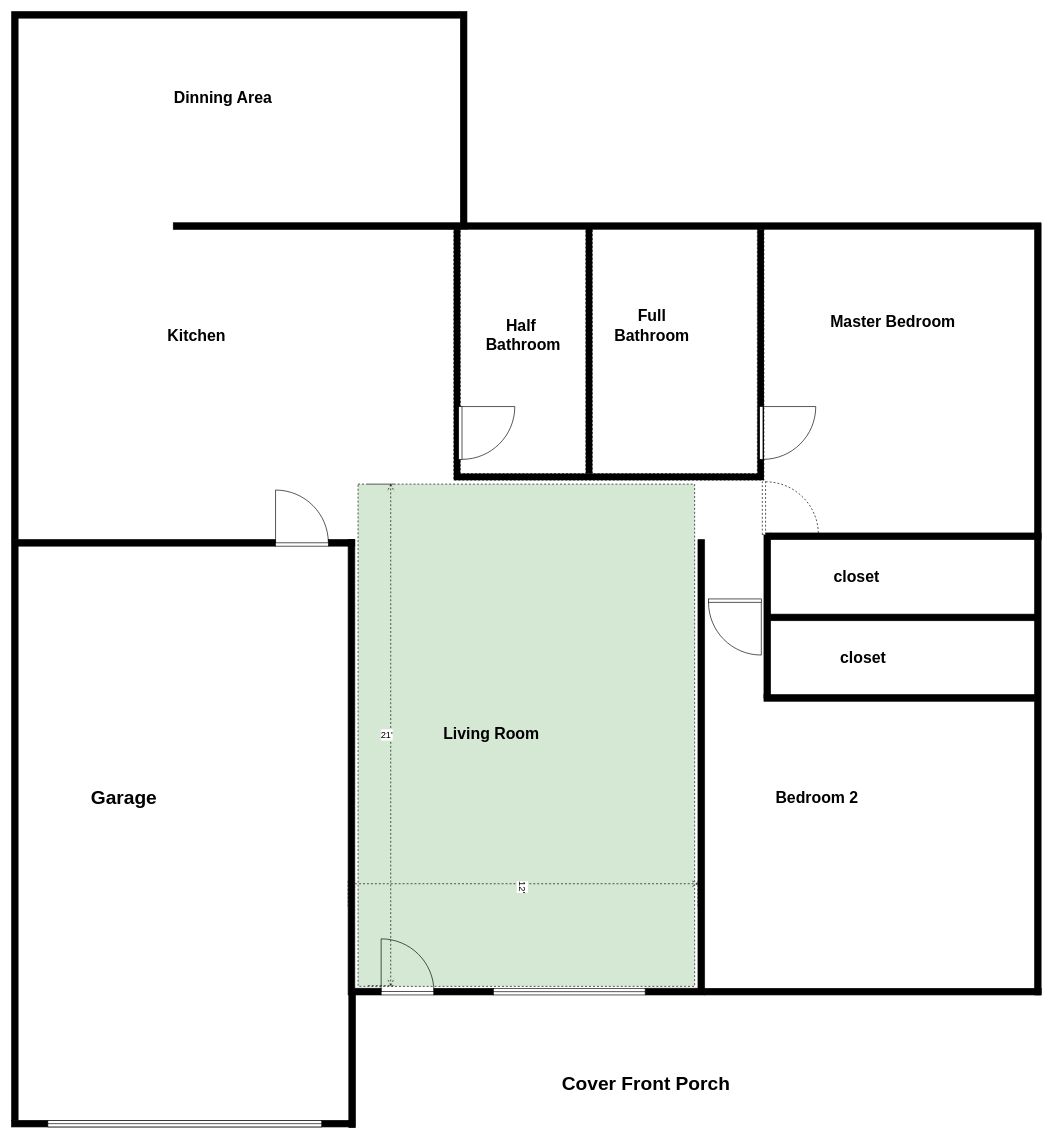
This is FL_FLOORPLAN.drawio from thyngontran/test, a draw.io file, before an edit. Source tidied: cells renumbered, new cells numbered last; positions are measured from the earlier drawing's top-left corner, leaving out a move shared by most shapes. Both pictures are drawn from the tidied source at 66%, with x=0, y=0 at pixel (11, 11).
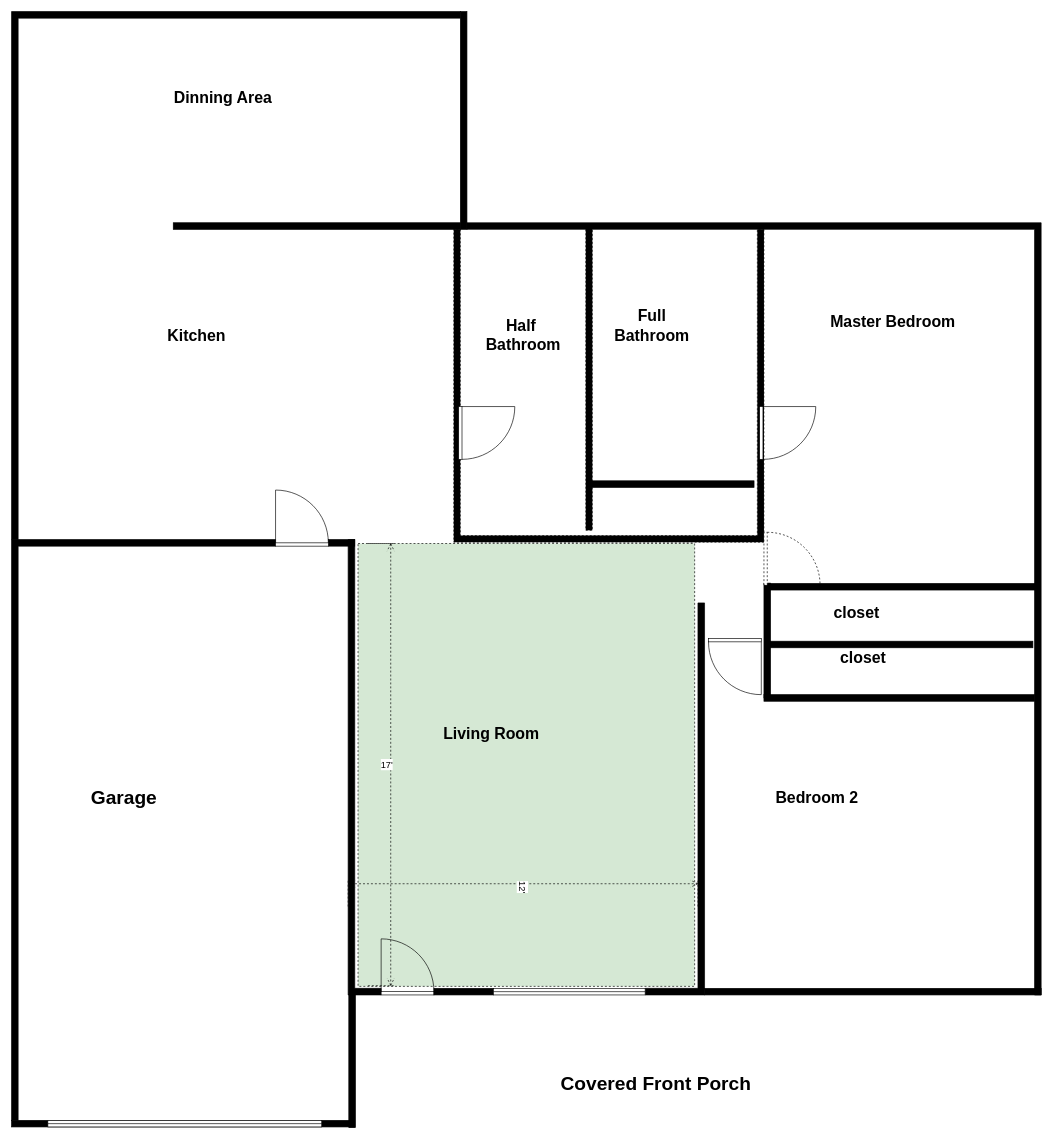
The same page after the edit.

The edit, as a diff of the source:
```diff
@@
     <mxCell id="2" style="rounded=0;whiteSpace=wrap;html=1;dashed=1;fillColor=#D5E8D4;" parent="1" vertex="1">
-      <mxGeometry x="525" y="716" width="510" height="761" as="geometry" />
+      <mxGeometry x="525" y="806" width="510" height="671" as="geometry" />
     </mxCell>
@@
     <mxCell id="5" style="verticalLabelPosition=bottom;html=1;verticalAlign=top;align=center;shape=mxgraph.floorplan.wallCorner;fillColor=#000000;direction=west;" parent="1" vertex="1">
-      <mxGeometry x="960" y="800" width="90" height="690" as="geometry" />
+      <mxGeometry x="960" y="896" width="90" height="594" as="geometry" />
     </mxCell>
@@
     <mxCell id="9" style="verticalLabelPosition=bottom;html=1;verticalAlign=top;align=center;shape=mxgraph.floorplan.wall;fillColor=#000000;" parent="1" vertex="1">
-      <mxGeometry x="1150" y="913" width="405" height="10" as="geometry" />
+      <mxGeometry x="1142.5" y="954" width="405" height="10" as="geometry" />
     </mxCell>
@@
     <mxCell id="22" style="verticalLabelPosition=bottom;html=1;verticalAlign=top;align=center;shape=mxgraph.floorplan.wall;fillColor=#000000;" parent="1" vertex="1">
-      <mxGeometry x="1150" y="790" width="410" height="10" as="geometry" />
+      <mxGeometry x="1147.5" y="866.5" width="410" height="10" as="geometry" />
     </mxCell>
     <mxCell id="23" style="verticalLabelPosition=bottom;html=1;verticalAlign=top;align=center;shape=mxgraph.floorplan.doorRight;rotation=0;" parent="1" vertex="1">
-      <mxGeometry x="1056" y="890" width="80" height="85" as="geometry" />
+      <mxGeometry x="1056" y="950" width="80" height="85" as="geometry" />
     </mxCell>
     <mxCell id="24" style="verticalLabelPosition=bottom;html=1;verticalAlign=top;align=center;shape=mxgraph.floorplan.wall;fillColor=#000000;direction=south;" parent="1" vertex="1">
-      <mxGeometry x="1140" y="790" width="10" height="250" as="geometry" />
+      <mxGeometry x="1140" y="866" width="10" height="174" as="geometry" />
     </mxCell>
     <mxCell id="25" style="verticalLabelPosition=bottom;html=1;verticalAlign=top;align=center;shape=mxgraph.floorplan.wallU;fillColor=#000000;dashed=1;rotation=-180;" parent="1" vertex="1">
-      <mxGeometry x="670" y="330" width="470" height="380" as="geometry" />
+      <mxGeometry x="670" y="330" width="470" height="474" as="geometry" />
     </mxCell>
     <mxCell id="26" style="verticalLabelPosition=bottom;html=1;verticalAlign=top;align=center;shape=mxgraph.floorplan.wall;fillColor=#000000;direction=south;dashed=1;" parent="1" vertex="1">
-      <mxGeometry x="870" y="325" width="10" height="375" as="geometry" />
+      <mxGeometry x="870" y="325" width="10" height="461" as="geometry" />
     </mxCell>
-    <mxCell id="27" value="&lt;span style=&quot;font-size: 24px&quot;&gt;&lt;b style=&quot;font-size: 29px&quot;&gt;Cover Front Porch&lt;/b&gt;&lt;/span&gt;" style="text;html=1;align=center;verticalAlign=middle;fillColor=none;strokeColor=none;rounded=0;fontSize=16;" parent="1" vertex="1">
-      <mxGeometry x="826" y="1610" width="270" height="30" as="geometry" />
+    <mxCell id="27" value="&lt;span style=&quot;font-size: 24px&quot;&gt;&lt;b style=&quot;font-size: 29px&quot;&gt;Covered Front Porch&lt;/b&gt;&lt;/span&gt;" style="text;html=1;align=center;verticalAlign=middle;fillColor=none;strokeColor=none;rounded=0;fontSize=16;" parent="1" vertex="1">
+      <mxGeometry x="826" y="1610" width="300" height="30" as="geometry" />
     </mxCell>
@@
     <mxCell id="30" style="verticalLabelPosition=bottom;html=1;verticalAlign=top;align=center;shape=mxgraph.floorplan.doorLeft;dashed=1;rotation=-90;" parent="1" vertex="1">
-      <mxGeometry x="1140" y="710" width="80" height="85" as="geometry" />
+      <mxGeometry x="1142.5" y="786.5" width="80" height="85" as="geometry" />
     </mxCell>
@@
     <mxCell id="38" value="&lt;b&gt;&lt;font style=&quot;font-size: 24px&quot;&gt;closet&lt;/font&gt;&lt;/b&gt;" style="text;html=1;align=center;verticalAlign=middle;fillColor=none;strokeColor=none;rounded=0;fontSize=16;" parent="1" vertex="1">
-      <mxGeometry x="1240" y="841.5" width="80" height="30" as="geometry" />
+      <mxGeometry x="1240" y="896" width="80" height="30" as="geometry" />
     </mxCell>
@@
-    <mxCell id="40" value="&lt;font style=&quot;font-size: 14px&quot;&gt;21'&lt;/font&gt;" style="shape=dimension;direction=north;whiteSpace=wrap;html=1;align=right;verticalAlign=middle;labelBackgroundColor=#ffffff;dashed=1;" parent="1" vertex="1">
-      <mxGeometry x="540" y="716" width="40" height="760" as="geometry" />
+    <mxCell id="40" value="&lt;font style=&quot;font-size: 14px&quot;&gt;17'&lt;/font&gt;" style="shape=dimension;direction=north;whiteSpace=wrap;html=1;align=right;verticalAlign=middle;labelBackgroundColor=#ffffff;dashed=1;" parent="1" vertex="1">
+      <mxGeometry x="540" y="806" width="40" height="670" as="geometry" />
     </mxCell>
@@
+    <mxCell id="42" style="verticalLabelPosition=bottom;html=1;verticalAlign=top;align=center;shape=mxgraph.floorplan.wall;fillColor=#000000;" parent="1" vertex="1">
+      <mxGeometry x="875" y="711" width="250" height="10" as="geometry" />
+    </mxCell>
```
